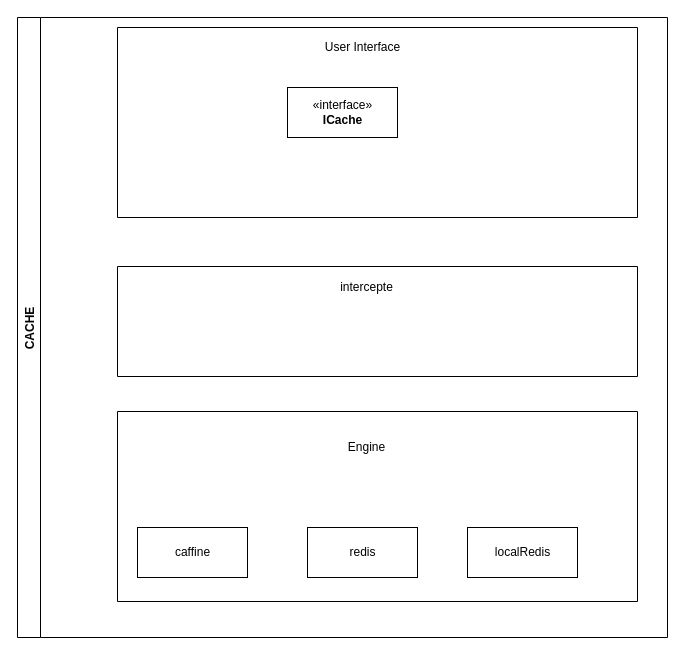
The draw.io diagram cache.drawio in tanwenhai/mydraw, before the edit. Source tidied: cells renumbered, new cells numbered last; positions are measured from the earlier drawing's top-left corner, leaving out a move shared by most shapes. Both pictures are drawn from the tidied source at 100%, with x=0, y=0 at pixel (17, 17).
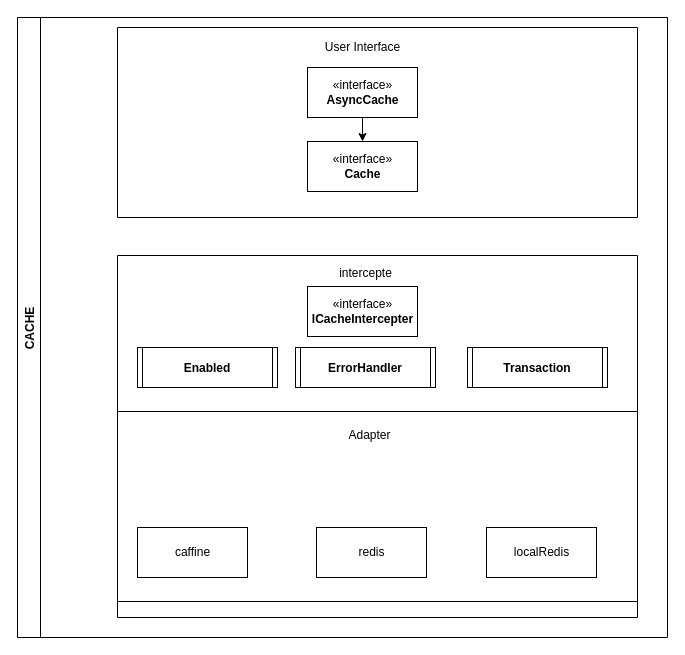
Above is the later version.

Diff of the diagram source:
```diff
@@
 <mxGraphModel>
   <root>
     <mxCell id="0" />
     <mxCell id="1" parent="0" />
     <mxCell id="2" style="swimlane;startSize=0;" parent="1" vertex="1">
-      <mxGeometry x="100" y="249" width="520" height="110" as="geometry" />
+      <mxGeometry x="100" y="238" width="520" height="362" as="geometry" />
     </mxCell>
     <mxCell id="3" style="swimlane;startSize=0;" parent="1" vertex="1">
       <mxGeometry x="100" y="394" width="520" height="190" as="geometry" />
     </mxCell>
     <mxCell id="4" style="swimlane;startSize=0;" parent="1" vertex="1">
       <mxGeometry x="100" y="10" width="520" height="190" as="geometry" />
     </mxCell>
     <mxCell id="5" value="CACHE" style="swimlane;horizontal=0;" parent="1" vertex="1">
       <mxGeometry width="650" height="620" as="geometry" />
     </mxCell>
     <mxCell id="6" value="User Interface" style="text;html=1;align=center;verticalAlign=middle;strokeColor=none;fillColor=none;" parent="5" vertex="1">
       <mxGeometry x="300" y="20" width="90" height="20" as="geometry" />
     </mxCell>
-    <mxCell id="7" value="«interface»&lt;br&gt;&lt;b&gt;ICache&lt;/b&gt;" style="html=1;" parent="5" vertex="1">
-      <mxGeometry x="270" y="70" width="110" height="50" as="geometry" />
+    <mxCell id="7" value="«interface»&lt;br&gt;&lt;b&gt;Cache&lt;/b&gt;" style="html=1;" parent="5" vertex="1">
+      <mxGeometry x="290" y="124" width="110" height="50" as="geometry" />
     </mxCell>
     <mxCell id="8" value="intercepte" style="text;html=1;align=center;verticalAlign=middle;strokeColor=none;fillColor=none;" parent="5" vertex="1">
-      <mxGeometry x="314" y="260" width="70" height="20" as="geometry" />
+      <mxGeometry x="313" y="246" width="70" height="20" as="geometry" />
     </mxCell>
-    <mxCell id="9" value="Engine" style="text;html=1;align=center;verticalAlign=middle;strokeColor=none;fillColor=none;" parent="5" vertex="1">
-      <mxGeometry x="324" y="420" width="50" height="20" as="geometry" />
+    <mxCell id="9" value="Adapter" style="text;html=1;align=center;verticalAlign=middle;strokeColor=none;fillColor=none;" parent="5" vertex="1">
+      <mxGeometry x="317" y="403" width="70" height="30" as="geometry" />
     </mxCell>
     <mxCell id="10" value="caffine" style="html=1;" parent="5" vertex="1">
       <mxGeometry x="120" y="510" width="110" height="50" as="geometry" />
     </mxCell>
     <mxCell id="11" value="redis" style="html=1;" parent="5" vertex="1">
-      <mxGeometry x="290" y="510" width="110" height="50" as="geometry" />
+      <mxGeometry x="299" y="510" width="110" height="50" as="geometry" />
     </mxCell>
     <mxCell id="12" value="localRedis" style="html=1;" parent="5" vertex="1">
-      <mxGeometry x="450" y="510" width="110" height="50" as="geometry" />
+      <mxGeometry x="469" y="510" width="110" height="50" as="geometry" />
     </mxCell>
+    <mxCell id="13" value="«interface»&lt;br&gt;&lt;b&gt;ICacheIntercepter&lt;/b&gt;" style="html=1;" parent="5" vertex="1">
+      <mxGeometry x="290" y="269" width="110" height="50" as="geometry" />
+    </mxCell>
+    <mxCell id="14" value="Enabled" style="shape=process2;fixedSize=1;size=5;fontStyle=1;" parent="5" vertex="1">
+      <mxGeometry x="120" y="330" width="140" height="40" as="geometry" />
+    </mxCell>
+    <mxCell id="15" value="ErrorHandler" style="shape=process2;fixedSize=1;size=5;fontStyle=1;" parent="5" vertex="1">
+      <mxGeometry x="278" y="330" width="140" height="40" as="geometry" />
+    </mxCell>
+    <mxCell id="16" value="Transaction" style="shape=process2;fixedSize=1;size=5;fontStyle=1;" parent="5" vertex="1">
+      <mxGeometry x="450" y="330" width="140" height="40" as="geometry" />
+    </mxCell>
+    <mxCell id="17" style="edgeStyle=orthogonalEdgeStyle;rounded=0;jettySize=auto;html=1;" parent="5" edge="1" source="18" target="7">
+      <mxGeometry relative="1" as="geometry" />
+    </mxCell>
+    <mxCell id="18" value="«interface»&lt;br&gt;&lt;b&gt;AsyncCache&lt;/b&gt;" style="html=1;" parent="5" vertex="1">
+      <mxGeometry x="290" y="50" width="110" height="50" as="geometry" />
+    </mxCell>
   </root>
 </mxGraphModel>
```
